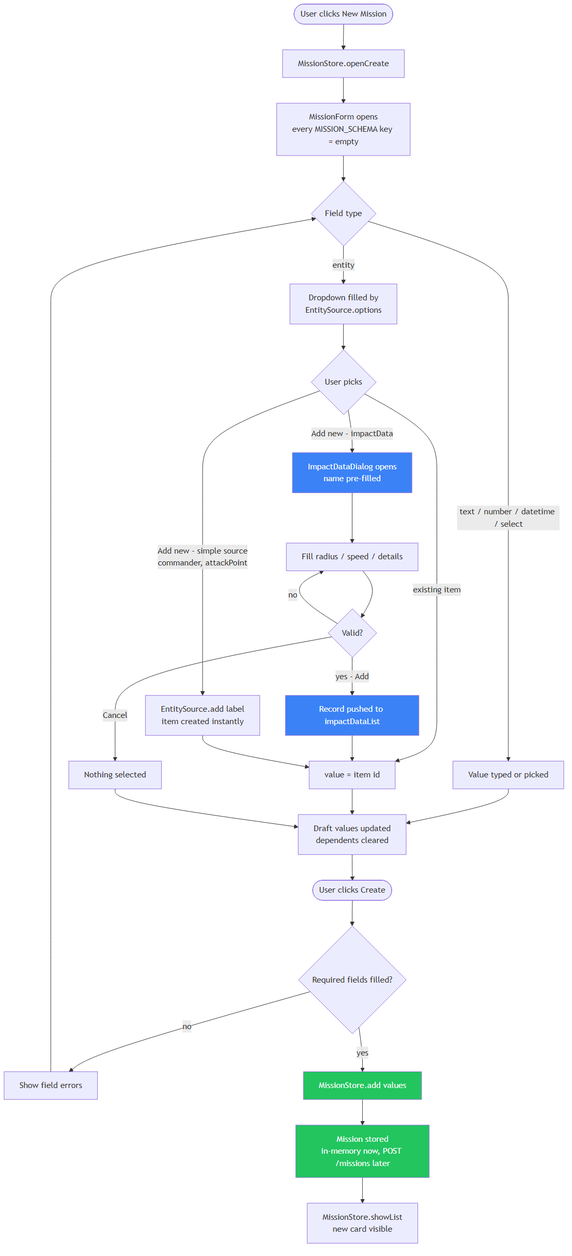
Above: src/assets/diagrams/08-mission-create-flow.png in abergwer/MapApp (Mermaid), before the change. Its source is kept beside it as src/assets/diagrams/08-mission-create-flow.mmd.
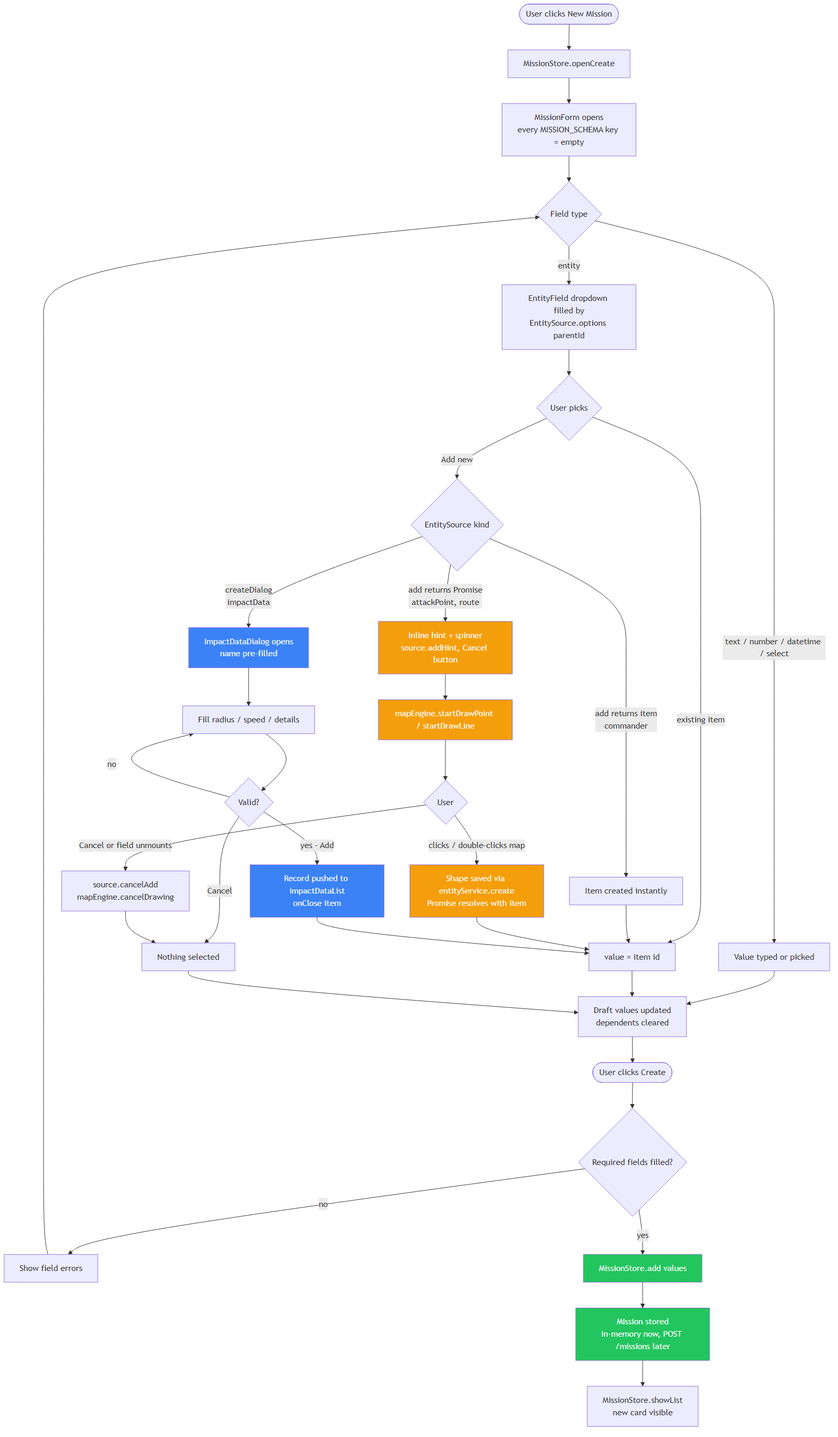
The same diagram one commit later.

Commit message:
feat: update mission create flow diagram and README for enhanced entity field interactions

What changed in the source:
```diff
@@ -4,20 +4,31 @@
 
     C --> D{Field type}
     D -->|text / number / datetime / select| E[Value typed or picked]
-    D -->|entity| F[Dropdown filled by<br/>EntitySource.options]
+    D -->|entity| F[EntityField dropdown filled by<br/>EntitySource.options parentId]
 
     F --> G{User picks}
     G -->|existing item| H[value = item id]
-    G -->|Add new - simple source<br/>commander, attackPoint| I[EntitySource.add label<br/>item created instantly]
-    G -->|Add new - impactData| J[ImpactDataDialog opens<br/>name pre-filled]
+    G -->|Add new| I{EntitySource kind}
 
-    J --> K[Fill radius / speed / details]
-    K --> L{Valid?}
-    L -->|no| K
-    L -->|Cancel| M[Nothing selected]
-    L -->|yes - Add| N[Record pushed to impactDataList]
-    N --> H
-    I --> H
+    I -->|add returns item<br/>commander| J[Item created instantly]
+    I -->|add returns Promise<br/>attackPoint, route| K[Inline hint + spinner<br/>source.addHint, Cancel button]
+    I -->|createDialog<br/>impactData| L[ImpactDataDialog opens<br/>name pre-filled]
+
+    K --> K1[mapEngine.startDrawPoint / startDrawLine]
+    K1 --> K2{User}
+    K2 -->|clicks / double-clicks map| K3[Shape saved via entityService.create<br/>Promise resolves with item]
+    K2 -->|Cancel or field unmounts| K4[source.cancelAdd<br/>mapEngine.cancelDrawing]
+
+    L --> L1[Fill radius / speed / details]
+    L1 --> L2{Valid?}
+    L2 -->|no| L1
+    L2 -->|Cancel| M[Nothing selected]
+    L2 -->|yes - Add| L3[Record pushed to impactDataList<br/>onClose item]
+
+    J --> H
+    K3 --> H
+    L3 --> H
+    K4 --> M
 
     E --> O[Draft values updated<br/>dependents cleared]
     H --> O
@@ -30,7 +41,10 @@
     S --> T[Mission stored<br/>in-memory now, POST /missions later]
     T --> U[MissionStore.showList<br/>new card visible]
 
-    style J fill:#3b82f6,color:#fff
-    style N fill:#3b82f6,color:#fff
+    style K fill:#f59e0b,color:#fff
+    style K1 fill:#f59e0b,color:#fff
+    style K3 fill:#f59e0b,color:#fff
+    style L fill:#3b82f6,color:#fff
+    style L3 fill:#3b82f6,color:#fff
     style S fill:#22c55e,color:#fff
     style T fill:#22c55e,color:#fff
```
